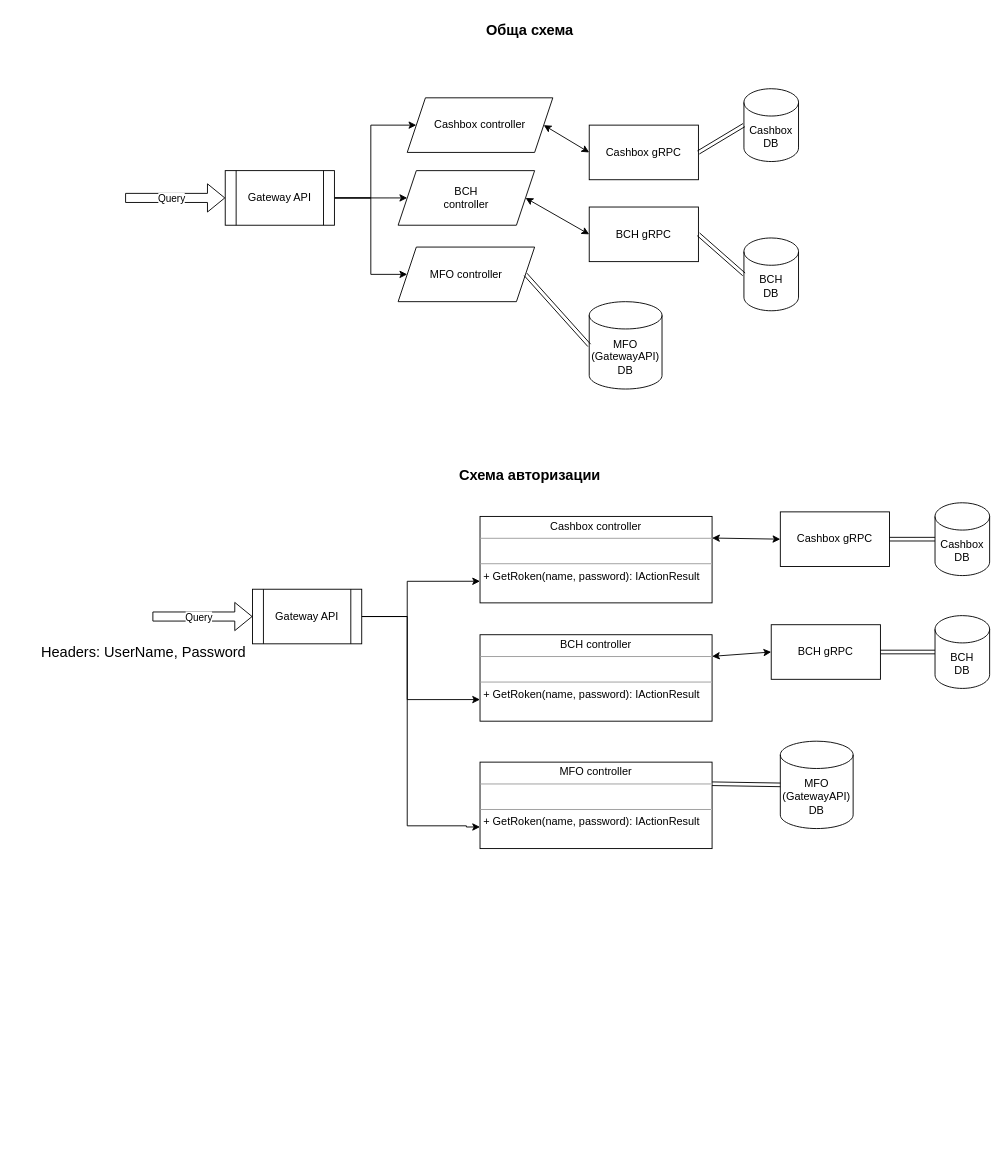
Above: MFO services.drawio in Alebardist/MFO (draw.io), before the change. Source tidied: cells renumbered, new cells numbered last; positions are measured from the earlier drawing's top-left corner, leaving out a move shared by most shapes. Both pictures are drawn from the tidied source at 91%, with x=0, y=0 at pixel (34, 15).
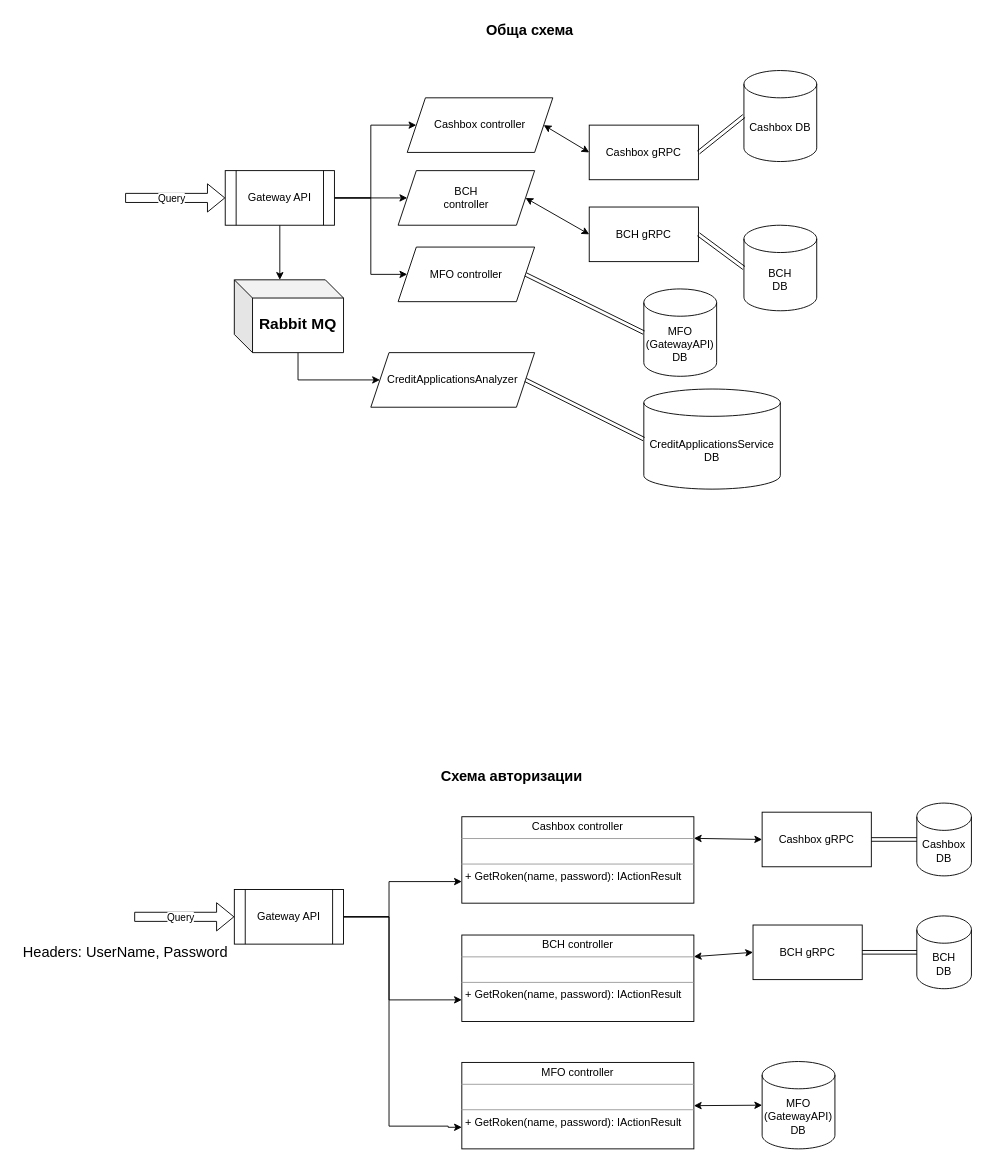
After the change.

Commit message (it also covers changes not shown here):
Обновлена диаграмма, добавлен новый сервис

The change refers to these unchanged cells:
```xml
<mxCell id="8" value="Gateway API" style="shape=process;whiteSpace=wrap;html=1;backgroundOutline=1;" parent="1" vertex="1">
  <mxGeometry x="210" y="170" width="120" height="60" as="geometry" />
</mxCell>
```

Change to the diagram source:
```diff
@@
     <mxCell id="3" value="&lt;div&gt;BCH&lt;/div&gt;&lt;div&gt;DB&lt;/div&gt;" style="shape=cylinder3;whiteSpace=wrap;html=1;boundedLbl=1;backgroundOutline=1;size=15;" parent="1" vertex="1">
-      <mxGeometry x="780" y="244" width="60" height="80" as="geometry" />
+      <mxGeometry x="780" y="230" width="80" height="94" as="geometry" />
     </mxCell>
     <mxCell id="4" value="Cashbox DB" style="shape=cylinder3;whiteSpace=wrap;html=1;boundedLbl=1;backgroundOutline=1;size=15;" parent="1" vertex="1">
-      <mxGeometry x="780" y="80" width="60" height="80" as="geometry" />
+      <mxGeometry x="780" y="60" width="80" height="100" as="geometry" />
     </mxCell>
@@
+    <mxCell id="43" style="edgeStyle=orthogonalEdgeStyle;rounded=0;jettySize=auto;html=1;exitX=0.5;exitY=1;exitDx=0;exitDy=0;entryX=0;entryY=0;entryDx=50;entryDy=0;entryPerimeter=0;fontSize=17;" parent="1" edge="1" source="8" target="46">
+      <mxGeometry relative="1" as="geometry" />
+    </mxCell>
@@
     <mxCell id="18" value="MFO&lt;div&gt;(GatewayAPI)&lt;br&gt;&lt;/div&gt;&lt;div&gt;DB&lt;/div&gt;" style="shape=cylinder3;whiteSpace=wrap;html=1;boundedLbl=1;backgroundOutline=1;size=15;" parent="1" vertex="1">
-      <mxGeometry x="610" y="314" width="80" height="96" as="geometry" />
+      <mxGeometry x="670" y="300" width="80" height="96" as="geometry" />
     </mxCell>
@@
     <mxCell id="22" value="&lt;font style=&quot;font-size: 16px&quot;&gt;&lt;b&gt;Схема авторизации&lt;br&gt;&lt;/b&gt;&lt;/font&gt;" style="text;html=1;strokeColor=none;fillColor=none;align=center;verticalAlign=middle;whiteSpace=wrap;rounded=0;" parent="1" vertex="1">
-      <mxGeometry x="460" y="490" width="170" height="30" as="geometry" />
+      <mxGeometry x="440" y="820" width="170" height="30" as="geometry" />
     </mxCell>
     <mxCell id="23" value="&lt;div&gt;BCH&lt;/div&gt;&lt;div&gt;DB&lt;/div&gt;" style="shape=cylinder3;whiteSpace=wrap;html=1;boundedLbl=1;backgroundOutline=1;size=15;" parent="1" vertex="1">
-      <mxGeometry x="990" y="659" width="60" height="80" as="geometry" />
+      <mxGeometry x="970" y="989" width="60" height="80" as="geometry" />
     </mxCell>
     <mxCell id="24" value="Cashbox DB" style="shape=cylinder3;whiteSpace=wrap;html=1;boundedLbl=1;backgroundOutline=1;size=15;" parent="1" vertex="1">
-      <mxGeometry x="990" y="535" width="60" height="80" as="geometry" />
+      <mxGeometry x="970" y="865" width="60" height="80" as="geometry" />
     </mxCell>
     <mxCell id="25" style="edgeStyle=orthogonalEdgeStyle;rounded=0;jettySize=auto;html=1;exitX=1;exitY=0.5;exitDx=0;exitDy=0;entryX=0;entryY=0.75;entryDx=0;entryDy=0;fontSize=16;" parent="1" edge="1" source="28" target="41">
       <mxGeometry relative="1" as="geometry">
         <Array as="points">
-          <mxPoint x="410" y="660" />
-          <mxPoint x="410" y="890" />
-          <mxPoint x="475" y="890" />
-          <mxPoint x="475" y="891" />
+          <mxPoint x="390" y="990" />
+          <mxPoint x="390" y="1220" />
+          <mxPoint x="455" y="1220" />
+          <mxPoint x="455" y="1221" />
         </Array>
       </mxGeometry>
     </mxCell>
     <mxCell id="26" style="edgeStyle=orthogonalEdgeStyle;rounded=0;jettySize=auto;html=1;exitX=1;exitY=0.5;exitDx=0;exitDy=0;entryX=0;entryY=0.75;entryDx=0;entryDy=0;fontSize=16;" parent="1" edge="1" source="28" target="40">
       <mxGeometry relative="1" as="geometry">
         <Array as="points">
-          <mxPoint x="410" y="660" />
-          <mxPoint x="410" y="621" />
+          <mxPoint x="390" y="990" />
+          <mxPoint x="390" y="951" />
         </Array>
       </mxGeometry>
     </mxCell>
     <mxCell id="27" style="edgeStyle=orthogonalEdgeStyle;rounded=0;jettySize=auto;html=1;exitX=1;exitY=0.5;exitDx=0;exitDy=0;entryX=0;entryY=0.75;entryDx=0;entryDy=0;fontSize=16;" parent="1" edge="1" source="28" target="39">
       <mxGeometry relative="1" as="geometry">
         <Array as="points">
-          <mxPoint x="410" y="660" />
-          <mxPoint x="410" y="751" />
+          <mxPoint x="390" y="990" />
+          <mxPoint x="390" y="1081" />
         </Array>
       </mxGeometry>
     </mxCell>
     <mxCell id="28" value="Gateway API" style="shape=process;whiteSpace=wrap;html=1;backgroundOutline=1;" parent="1" vertex="1">
-      <mxGeometry x="240" y="630" width="120" height="60" as="geometry" />
+      <mxGeometry x="220" y="960" width="120" height="60" as="geometry" />
     </mxCell>
     <mxCell id="29" value="Cashbox gRPC" style="rounded=0;whiteSpace=wrap;html=1;" parent="1" vertex="1">
-      <mxGeometry x="820" y="545" width="120" height="60" as="geometry" />
+      <mxGeometry x="800" y="875" width="120" height="60" as="geometry" />
     </mxCell>
     <mxCell id="30" value="BCH gRPC" style="rounded=0;whiteSpace=wrap;html=1;" parent="1" vertex="1">
-      <mxGeometry x="810" y="669" width="120" height="60" as="geometry" />
+      <mxGeometry x="790" y="999" width="120" height="60" as="geometry" />
     </mxCell>
@@
     <mxCell id="35" value="MFO&lt;div&gt;(GatewayAPI)&lt;br&gt;&lt;/div&gt;&lt;div&gt;DB&lt;/div&gt;" style="shape=cylinder3;whiteSpace=wrap;html=1;boundedLbl=1;backgroundOutline=1;size=15;" parent="1" vertex="1">
-      <mxGeometry x="820" y="797" width="80" height="96" as="geometry" />
+      <mxGeometry x="800" y="1149" width="80" height="96" as="geometry" />
     </mxCell>
-    <mxCell id="36" style="shape=link;html=1;rounded=0;exitX=1;exitY=0.25;exitDx=0;exitDy=0;entryX=0;entryY=0.5;entryDx=0;entryDy=0;entryPerimeter=0;" parent="1" edge="1" source="41" target="35">
-      <mxGeometry relative="1" as="geometry" />
-    </mxCell>
     <mxCell id="37" style="shape=flexArrow;endArrow=classic;html=1;rounded=0;entryX=0;entryY=0.5;entryDx=0;entryDy=0;" parent="1" edge="1" target="28">
       <mxGeometry relative="1" as="geometry">
-        <mxPoint x="130" y="660" as="sourcePoint" />
+        <mxPoint x="110" y="990" as="sourcePoint" />
       </mxGeometry>
     </mxCell>
@@
     <mxCell id="39" value="&lt;p style=&quot;margin: 0px ; margin-top: 4px ; text-align: center&quot;&gt;BCH controller&lt;/p&gt;&lt;p style=&quot;margin: 0px ; margin-top: 4px ; text-align: center&quot;&gt;&lt;/p&gt;&lt;hr size=&quot;1&quot;&gt;&lt;p style=&quot;margin: 0px ; margin-left: 4px&quot;&gt;&lt;br&gt;&lt;/p&gt;&lt;hr size=&quot;1&quot;&gt;&lt;p style=&quot;margin: 0px ; margin-left: 4px&quot;&gt;+ GetRoken(name, password): IActionResult&lt;/p&gt;" style="verticalAlign=top;align=left;overflow=fill;fontSize=12;fontFamily=Helvetica;html=1;" parent="1" vertex="1">
-      <mxGeometry x="490" y="680" width="255" height="95" as="geometry" />
+      <mxGeometry x="470" y="1010" width="255" height="95" as="geometry" />
     </mxCell>
     <mxCell id="40" value="&lt;p style=&quot;margin: 0px ; margin-top: 4px ; text-align: center&quot;&gt;Cashbox controller&lt;/p&gt;&lt;hr size=&quot;1&quot;&gt;&lt;p style=&quot;margin: 0px ; margin-left: 4px&quot;&gt;&lt;br&gt;&lt;/p&gt;&lt;hr size=&quot;1&quot;&gt;&lt;p style=&quot;margin: 0px ; margin-left: 4px&quot;&gt;+ GetRoken(name, password): IActionResult&lt;/p&gt;" style="verticalAlign=top;align=left;overflow=fill;fontSize=12;fontFamily=Helvetica;html=1;" parent="1" vertex="1">
-      <mxGeometry x="490" y="550" width="255" height="95" as="geometry" />
+      <mxGeometry x="470" y="880" width="255" height="95" as="geometry" />
     </mxCell>
     <mxCell id="41" value="&lt;p style=&quot;margin: 0px ; margin-top: 4px ; text-align: center&quot;&gt;MFO controller&lt;/p&gt;&lt;p style=&quot;margin: 0px ; margin-top: 4px ; text-align: center&quot;&gt;&lt;/p&gt;&lt;hr size=&quot;1&quot;&gt;&lt;p style=&quot;margin: 0px ; margin-left: 4px&quot;&gt;&lt;br&gt;&lt;/p&gt;&lt;hr size=&quot;1&quot;&gt;&lt;p style=&quot;margin: 0px ; margin-left: 4px&quot;&gt;+ GetRoken(name, password): IActionResult&lt;/p&gt;" style="verticalAlign=top;align=left;overflow=fill;fontSize=12;fontFamily=Helvetica;html=1;" parent="1" vertex="1">
-      <mxGeometry x="490" y="820" width="255" height="95" as="geometry" />
+      <mxGeometry x="470" y="1150" width="255" height="95" as="geometry" />
     </mxCell>
     <mxCell id="42" value="Headers: UserName, Password" style="text;html=1;align=center;verticalAlign=middle;strokeColor=none;fillColor=none;fontSize=16;" parent="1" vertex="1">
-      <mxGeometry y="689" width="240" height="20" as="geometry" />
+      <mxGeometry x="-20" y="1019" width="240" height="20" as="geometry" />
     </mxCell>
+    <mxCell id="44" value="CreditApplicationsAnalyzer" style="shape=parallelogram;perimeter=parallelogramPerimeter;whiteSpace=wrap;html=1;fixedSize=1;" parent="1" vertex="1">
+      <mxGeometry x="370" y="370" width="180" height="60" as="geometry" />
+    </mxCell>
+    <mxCell id="45" style="edgeStyle=orthogonalEdgeStyle;rounded=0;jettySize=auto;html=1;exitX=0;exitY=0;exitDx=70;exitDy=80;exitPerimeter=0;entryX=0;entryY=0.5;entryDx=0;entryDy=0;fontSize=17;" parent="1" edge="1" source="46" target="44">
+      <mxGeometry relative="1" as="geometry" />
+    </mxCell>
+    <mxCell id="46" value="&lt;font style=&quot;font-size: 17px;&quot;&gt;&lt;b&gt;Rabbit MQ&lt;/b&gt;&lt;/font&gt;" style="shape=cube;whiteSpace=wrap;html=1;boundedLbl=1;backgroundOutline=1;darkOpacity=0.05;darkOpacity2=0.1;" parent="1" vertex="1">
+      <mxGeometry x="220" y="290" width="120" height="80" as="geometry" />
+    </mxCell>
+    <mxCell id="47" value="CreditApplicationsService DB" style="shape=cylinder3;whiteSpace=wrap;html=1;boundedLbl=1;backgroundOutline=1;size=15;" parent="1" vertex="1">
+      <mxGeometry x="670" y="410" width="150" height="110" as="geometry" />
+    </mxCell>
+    <mxCell id="48" style="shape=link;html=1;rounded=0;exitX=1;exitY=0.5;exitDx=0;exitDy=0;entryX=0;entryY=0.5;entryDx=0;entryDy=0;entryPerimeter=0;" parent="1" edge="1" source="44" target="47">
+      <mxGeometry relative="1" as="geometry" />
+    </mxCell>
+    <mxCell id="36" style="endArrow=classic;startArrow=classic;html=1;rounded=0;entryX=0;entryY=0.5;entryDx=0;entryDy=0;exitX=1;exitY=0.5;exitDx=0;exitDy=0;entryPerimeter=0;" parent="1" edge="1" source="41" target="35">
+      <mxGeometry relative="1" as="geometry" />
+    </mxCell>
```
